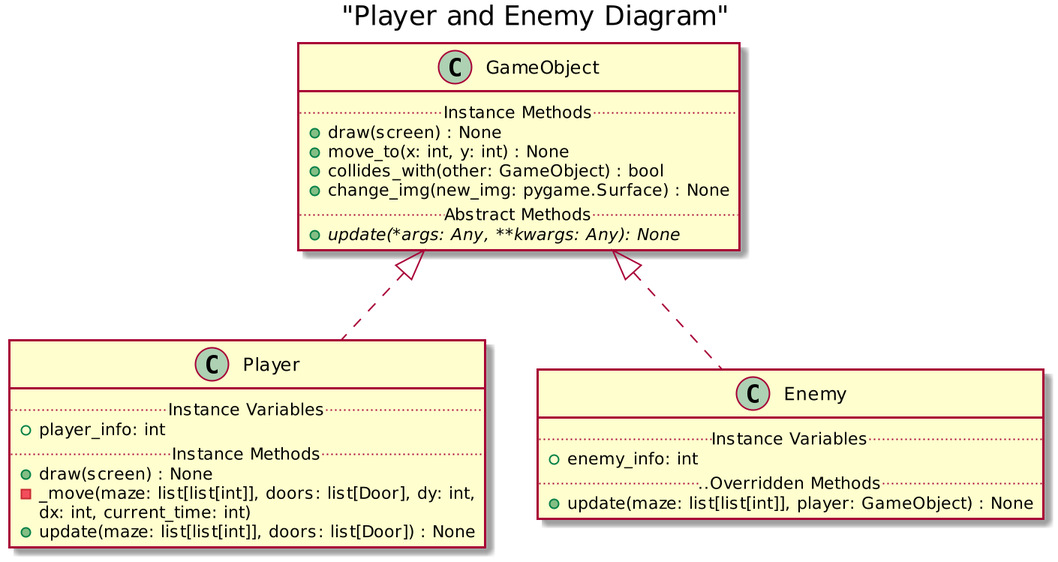
Earlier version of the PlantUML export Puzzle_Maze/uml/GameObjects/player_and_enemy.png (kmerickson/OOP-PuzzleMaze).
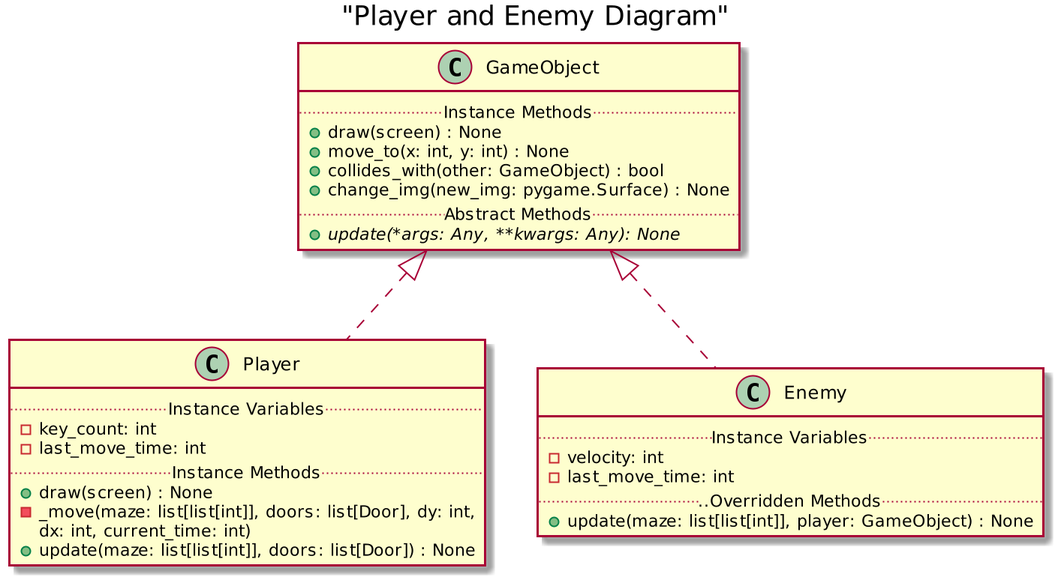
After the commit.

Diff of the diagram source:
```diff
@@ -13,7 +13,8 @@
 
 class Player implements GameObject{
     ..Instance Variables..
-    + player_info: int
+    - key_count: int
+    - last_move_time: int
     ..Instance Methods..
     + draw(screen) : None
     - _move(maze: list[list[int]], doors: list[Door], dy: int,
@@ -23,7 +24,8 @@
 
 class Enemy implements GameObject{
     ..Instance Variables..
-    + enemy_info: int
+    - velocity: int
+    - last_move_time: int
     ....Overridden Methods..
     + update(maze: list[list[int]], player: GameObject) : None
 }
```
